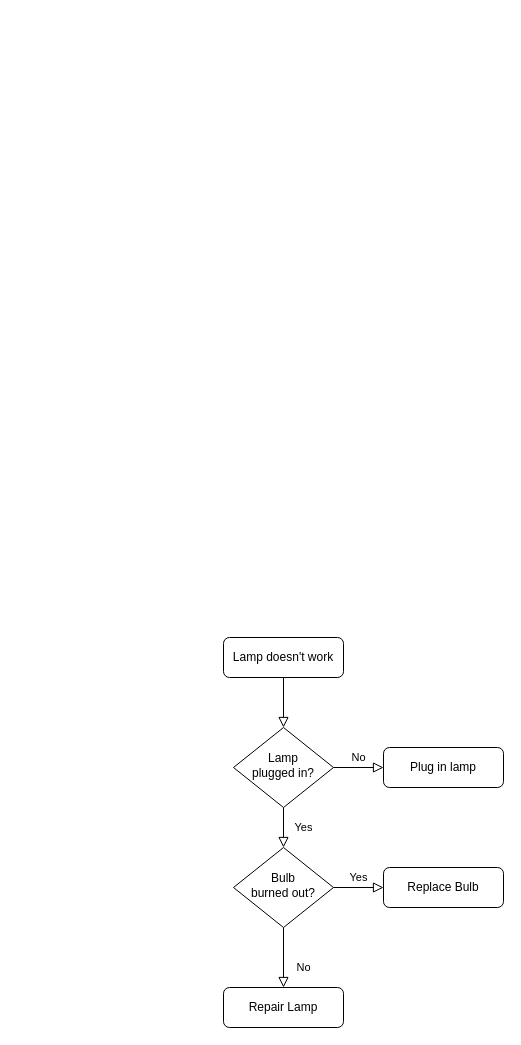
Before: UML_Import_Logic.drawio in fglashauser/erpnext_zammad, a draw.io diagram. Source tidied: cells renumbered, new cells numbered last; positions are measured from the earlier drawing's top-left corner, leaving out a move shared by most shapes. Both pictures are drawn from the tidied source at 100%, with x=0, y=0 at pixel (223, 637).
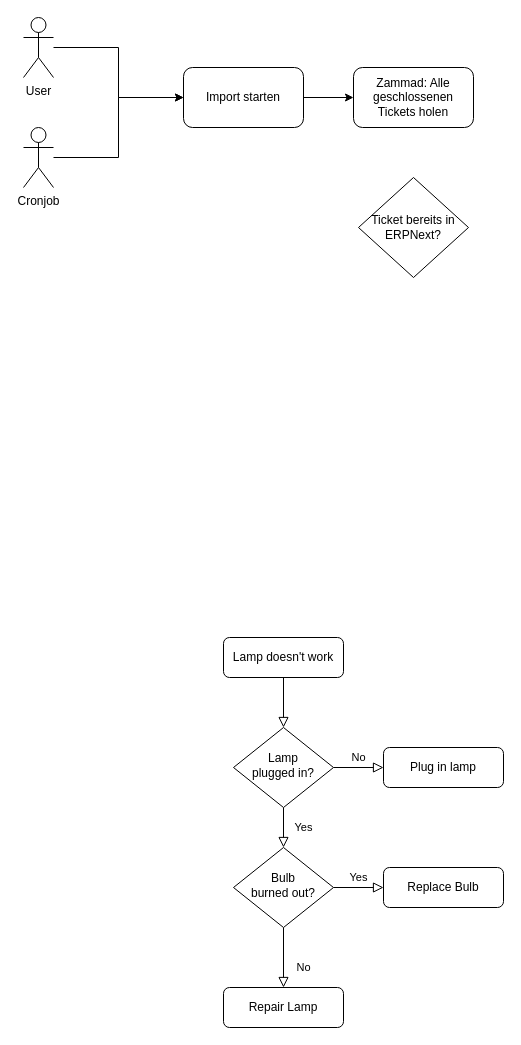
The same page after the edit.

The edit, as a diff of the source:
```diff
@@
+    <mxCell id="13" style="edgeStyle=orthogonalEdgeStyle;rounded=0;jettySize=auto;html=1;" parent="1" edge="1" source="14" target="18">
+      <mxGeometry relative="1" as="geometry" />
+    </mxCell>
+    <mxCell id="14" value="User" style="shape=umlActor;verticalLabelPosition=bottom;verticalAlign=top;html=1;outlineConnect=0;" parent="1" vertex="1">
+      <mxGeometry x="-200" y="-620" width="30" height="60" as="geometry" />
+    </mxCell>
+    <mxCell id="15" style="edgeStyle=orthogonalEdgeStyle;rounded=0;jettySize=auto;html=1;entryX=0;entryY=0.5;entryDx=0;entryDy=0;" parent="1" edge="1" source="16" target="18">
+      <mxGeometry relative="1" as="geometry" />
+    </mxCell>
+    <mxCell id="16" value="Cronjob" style="shape=umlActor;verticalLabelPosition=bottom;verticalAlign=top;html=1;outlineConnect=0;" parent="1" vertex="1">
+      <mxGeometry x="-200" y="-510" width="30" height="60" as="geometry" />
+    </mxCell>
+    <mxCell id="17" style="edgeStyle=orthogonalEdgeStyle;rounded=0;jettySize=auto;html=1;" parent="1" edge="1" source="18" target="19">
+      <mxGeometry relative="1" as="geometry" />
+    </mxCell>
+    <mxCell id="18" value="Import starten" style="rounded=1;whiteSpace=wrap;html=1;" parent="1" vertex="1">
+      <mxGeometry x="-40" y="-570" width="120" height="60" as="geometry" />
+    </mxCell>
+    <mxCell id="19" value="Zammad: Alle geschlossenen Tickets holen" style="rounded=1;whiteSpace=wrap;html=1;" parent="1" vertex="1">
+      <mxGeometry x="130" y="-570" width="120" height="60" as="geometry" />
+    </mxCell>
+    <mxCell id="20" value="Ticket bereits in ERPNext?" style="rhombus;whiteSpace=wrap;html=1;" parent="1" vertex="1">
+      <mxGeometry x="135" y="-460" width="110" height="100" as="geometry" />
+    </mxCell>
```
